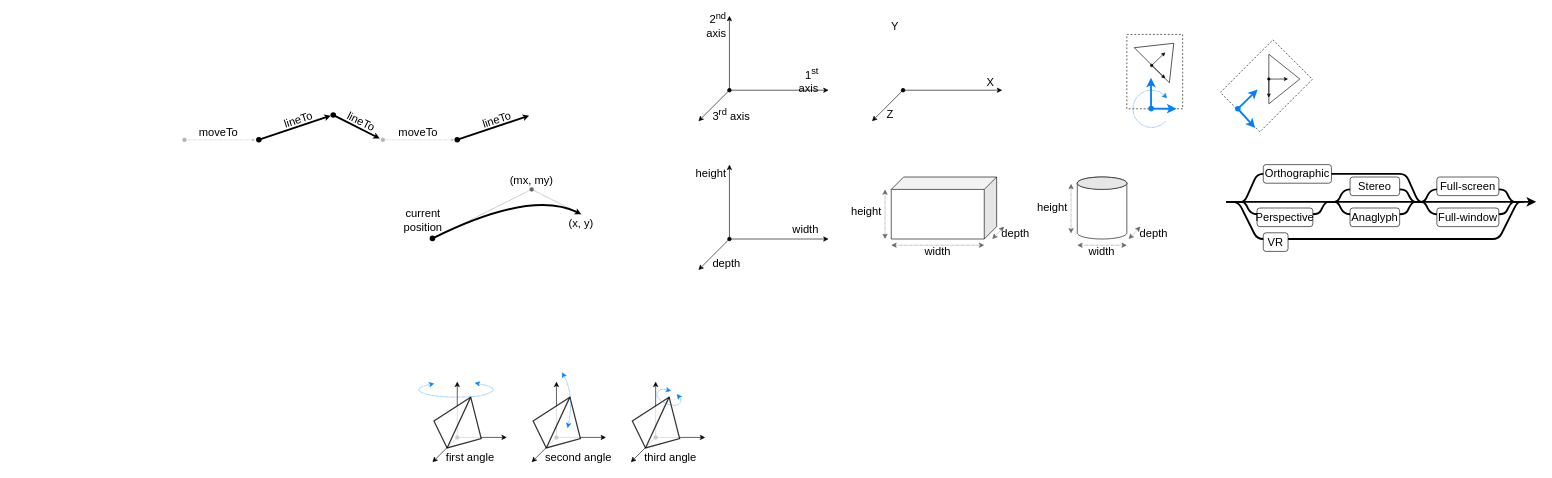
Before: docs/images/images.drawio in boytchev/suica, a draw.io diagram. Source tidied: cells renumbered, new cells numbered last; positions are measured from the earlier drawing's top-left corner, leaving out a move shared by most shapes. Both pictures are drawn from the tidied source at 62%, with x=0, y=0 at pixel (184, 16).
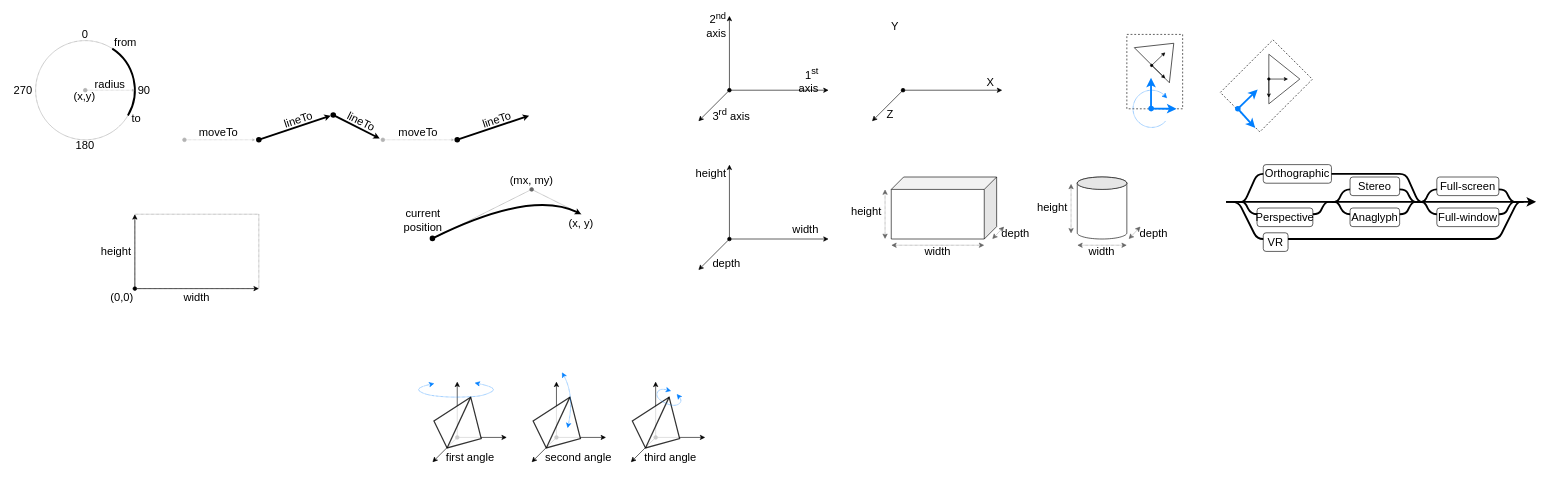
Above is the later version.

Change to the diagram source:
```diff
@@
+    <mxCell id="97" style="rounded=0;whiteSpace=wrap;html=1;dashed=1;dashPattern=1 1;fillColor=none;strokeColor=#666666;" parent="1" vertex="1">
+      <mxGeometry x="-80" y="320" width="200" height="120" as="geometry" />
+    </mxCell>
+    <mxCell id="98" style="endArrow=classic;html=1;rounded=0;" parent="1" edge="1">
+      <mxGeometry relative="1" as="geometry">
+        <mxPoint x="-80" y="440" as="sourcePoint" />
+        <mxPoint x="-80" y="320" as="targetPoint" />
+      </mxGeometry>
+    </mxCell>
+    <mxCell id="99" value="height" style="text;html=1;strokeColor=none;fillColor=none;align=center;verticalAlign=middle;whiteSpace=wrap;rounded=0;fontFamily=Calibri;fontSize=18;" parent="1" vertex="1">
+      <mxGeometry x="-140" y="365" width="60" height="30" as="geometry" />
+    </mxCell>
+    <mxCell id="100" value="width" style="text;html=1;strokeColor=none;fillColor=none;align=center;verticalAlign=middle;whiteSpace=wrap;rounded=0;fontFamily=Calibri;fontSize=18;" parent="1" vertex="1">
+      <mxGeometry x="-80" y="440" width="200" height="30" as="geometry" />
+    </mxCell>
+    <mxCell id="101" style="endArrow=classic;html=1;rounded=0;startArrow=oval;startFill=1;entryX=1;entryY=1;entryDx=0;entryDy=0;" parent="1" edge="1" target="97">
+      <mxGeometry relative="1" as="geometry">
+        <mxPoint x="-80" y="440" as="sourcePoint" />
+      </mxGeometry>
+    </mxCell>
+    <mxCell id="102" value="(0,0)" style="text;html=1;strokeColor=none;fillColor=none;align=right;verticalAlign=middle;whiteSpace=wrap;rounded=0;fontFamily=Calibri;fontSize=18;" parent="1" vertex="1">
+      <mxGeometry x="-120" y="440" width="40" height="30" as="geometry" />
+    </mxCell>
+    <mxCell id="103" style="ellipse;whiteSpace=wrap;html=1;dashed=1;dashPattern=1 1;strokeColor=#666666;fillColor=none;" parent="1" vertex="1">
+      <mxGeometry x="-240" y="40" width="160" height="160" as="geometry" />
+    </mxCell>
+    <mxCell id="104" value="0" style="text;html=1;strokeColor=none;fillColor=none;align=center;verticalAlign=middle;whiteSpace=wrap;rounded=0;fontFamily=Calibri;fontSize=18;" parent="1" vertex="1">
+      <mxGeometry x="-190" y="20" width="60" height="20" as="geometry" />
+    </mxCell>
+    <mxCell id="105" value="90" style="text;html=1;strokeColor=none;fillColor=none;align=center;verticalAlign=middle;whiteSpace=wrap;rounded=0;fontFamily=Calibri;fontSize=18;" parent="1" vertex="1">
+      <mxGeometry x="-80" y="110" width="30" height="20" as="geometry" />
+    </mxCell>
+    <mxCell id="106" value="180" style="text;html=1;strokeColor=none;fillColor=none;align=center;verticalAlign=middle;whiteSpace=wrap;rounded=0;fontFamily=Calibri;fontSize=18;" parent="1" vertex="1">
+      <mxGeometry x="-190" y="200" width="60" height="20" as="geometry" />
+    </mxCell>
+    <mxCell id="107" value="270" style="text;html=1;strokeColor=none;fillColor=none;align=center;verticalAlign=middle;whiteSpace=wrap;rounded=0;fontFamily=Calibri;fontSize=18;" parent="1" vertex="1">
+      <mxGeometry x="-280" y="110" width="40" height="20" as="geometry" />
+    </mxCell>
+    <mxCell id="108" style="verticalLabelPosition=bottom;verticalAlign=top;html=1;shape=mxgraph.basic.arc;startAngle=0.09167527970021229;endAngle=0.33505168169141497;strokeColor=#000000;fillColor=none;strokeWidth=3;" parent="1" vertex="1">
+      <mxGeometry x="-240" y="40" width="160" height="160" as="geometry" />
+    </mxCell>
+    <mxCell id="109" value="from" style="text;html=1;strokeColor=none;fillColor=none;align=center;verticalAlign=middle;whiteSpace=wrap;rounded=0;fontFamily=Calibri;fontSize=18;" parent="1" vertex="1">
+      <mxGeometry x="-120" y="33" width="50" height="20" as="geometry" />
+    </mxCell>
+    <mxCell id="110" value="to" style="text;html=1;strokeColor=none;fillColor=none;align=center;verticalAlign=middle;whiteSpace=wrap;rounded=0;fontFamily=Calibri;fontSize=18;" parent="1" vertex="1">
+      <mxGeometry x="-95" y="156" width="35" height="20" as="geometry" />
+    </mxCell>
+    <mxCell id="111" style="endArrow=oval;dashed=1;html=1;dashPattern=1 1;strokeColor=#B3B3B3;rounded=0;endFill=1;startArrow=classic;startFill=1;endSize=6;startSize=2;" parent="1" edge="1" source="108">
+      <mxGeometry relative="1" as="geometry">
+        <mxPoint x="-160" y="120" as="targetPoint" />
+      </mxGeometry>
+    </mxCell>
+    <mxCell id="112" value="radius" style="text;html=1;strokeColor=none;fillColor=none;align=center;verticalAlign=middle;whiteSpace=wrap;rounded=0;fontFamily=Calibri;fontSize=18;rotation=0;" parent="1" vertex="1">
+      <mxGeometry x="-160" y="100" width="80" height="21.5" as="geometry" />
+    </mxCell>
+    <mxCell id="113" value="(x,y)" style="text;html=1;strokeColor=none;fillColor=none;align=center;verticalAlign=middle;whiteSpace=wrap;rounded=0;fontFamily=Calibri;fontSize=18;rotation=0;" parent="1" vertex="1">
+      <mxGeometry x="-196" y="115" width="70" height="30" as="geometry" />
+    </mxCell>
```
